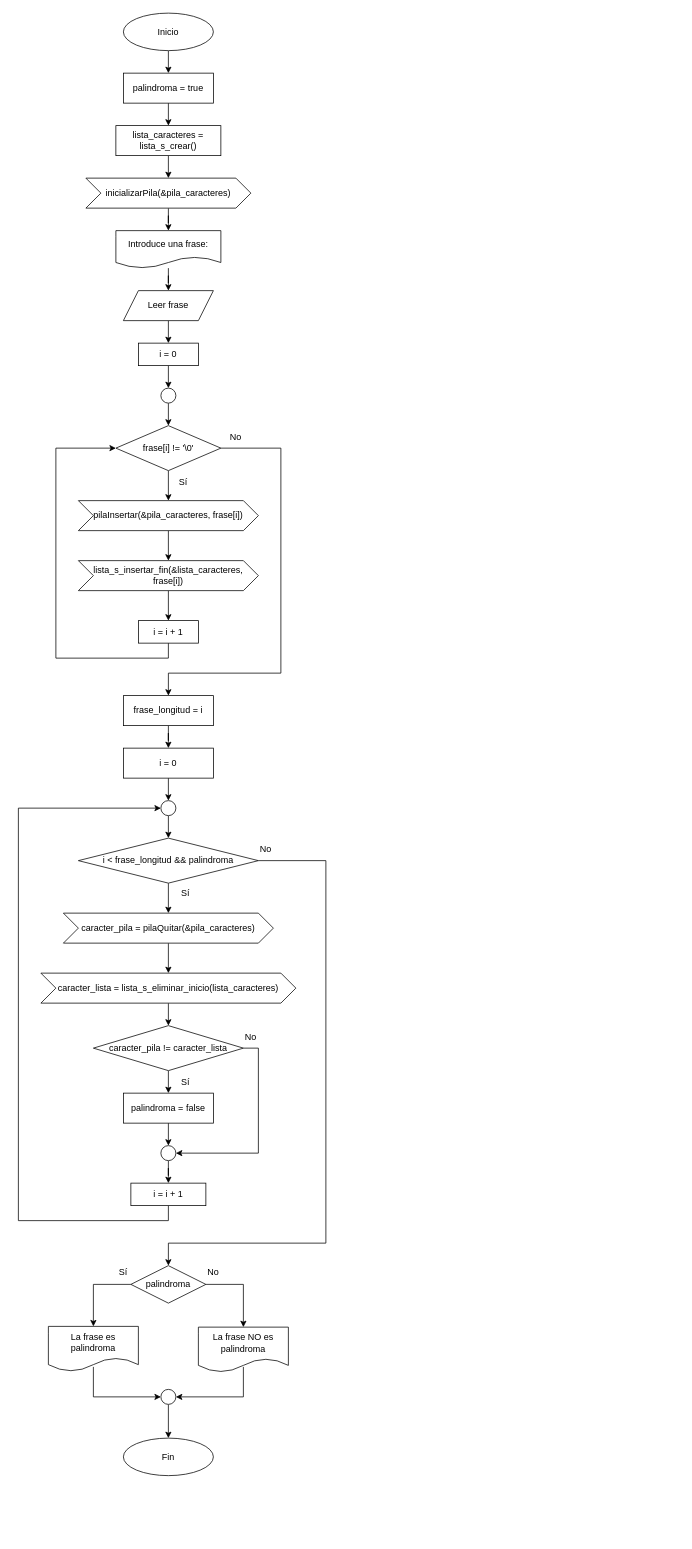
AADavilaGonzalez/tareas_ED keeps this draw.io diagram as fase1/actividad1/ej2/eje2.drawio. Above is the earlier version. Source tidied: cells renumbered, new cells numbered last; positions are measured from the earlier drawing's top-left corner, leaving out a move shared by most shapes. Both pictures are drawn from the tidied source at 75%, with x=0, y=0 at pixel (18, 13).
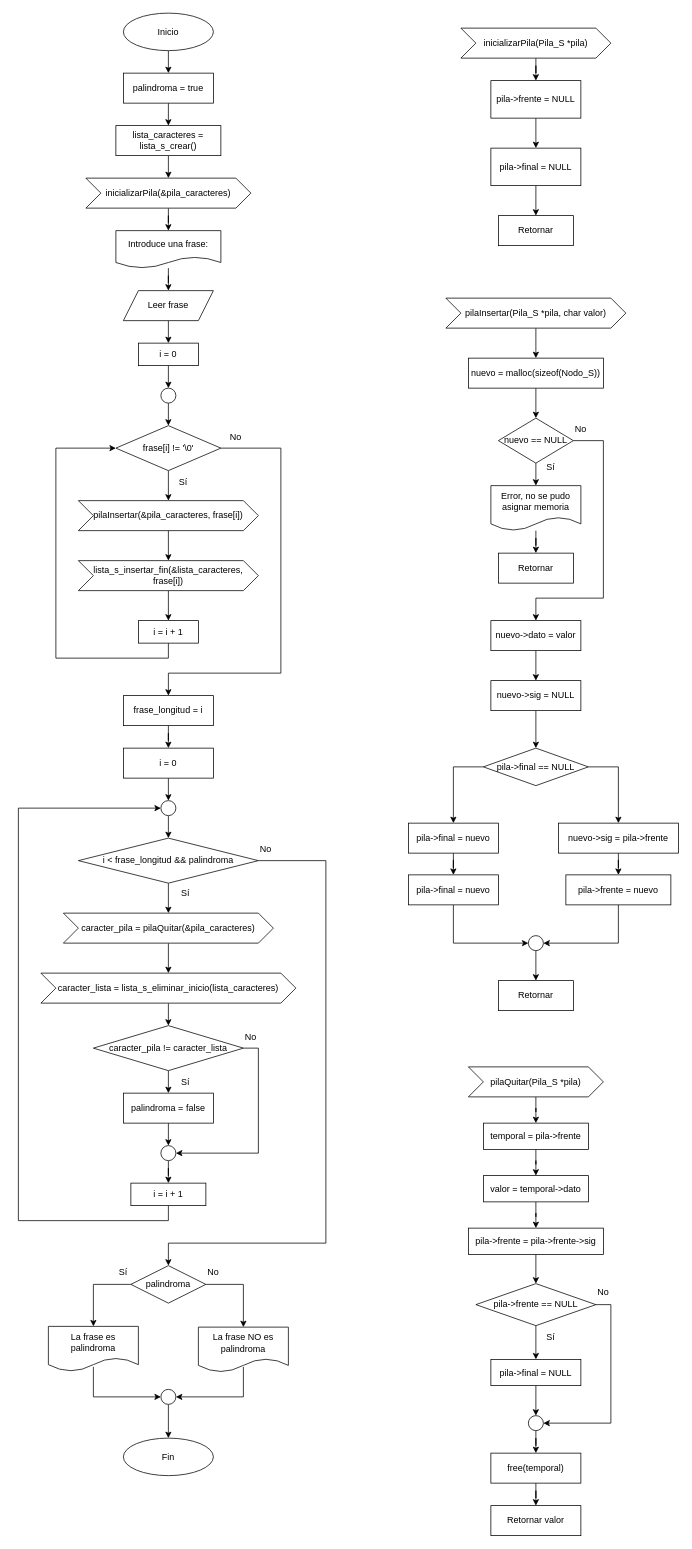
Above is the later version.

Commit message (it also covers changes not shown here):
Diagramas de las funciones de cola

Diff of the diagram source:
```diff
@@
+    <mxCell id="67" style="edgeStyle=orthogonalEdgeStyle;rounded=0;jettySize=auto;html=1;" parent="1" edge="1" source="68" target="70">
+      <mxGeometry relative="1" as="geometry" />
+    </mxCell>
+    <mxCell id="68" value="inicializarPila(Pila_S *pila)" style="shape=step;perimeter=stepPerimeter;whiteSpace=wrap;html=1;fixedSize=1;" parent="1" vertex="1">
+      <mxGeometry x="590" y="20" width="200" height="40" as="geometry" />
+    </mxCell>
+    <mxCell id="69" style="edgeStyle=orthogonalEdgeStyle;rounded=0;jettySize=auto;html=1;" parent="1" edge="1" source="70" target="72">
+      <mxGeometry relative="1" as="geometry" />
+    </mxCell>
+    <mxCell id="70" value="pila-&amp;gt;frente = NULL" style="whiteSpace=wrap;html=1;" parent="1" vertex="1">
+      <mxGeometry x="630" y="90" width="120" height="50" as="geometry" />
+    </mxCell>
+    <mxCell id="71" style="edgeStyle=orthogonalEdgeStyle;rounded=0;jettySize=auto;html=1;" parent="1" edge="1" source="72" target="73">
+      <mxGeometry relative="1" as="geometry" />
+    </mxCell>
+    <mxCell id="72" value="pila-&amp;gt;final = NULL" style="whiteSpace=wrap;html=1;" parent="1" vertex="1">
+      <mxGeometry x="630" y="180" width="120" height="50" as="geometry" />
+    </mxCell>
+    <mxCell id="73" value="Retornar" style="whiteSpace=wrap;html=1;" parent="1" vertex="1">
+      <mxGeometry x="640" y="270" width="100" height="40" as="geometry" />
+    </mxCell>
+    <mxCell id="74" style="edgeStyle=orthogonalEdgeStyle;rounded=0;jettySize=auto;html=1;" parent="1" edge="1" source="75" target="77">
+      <mxGeometry relative="1" as="geometry" />
+    </mxCell>
+    <mxCell id="75" value="pilaInsertar(Pila_S *pila, char valor)" style="shape=step;perimeter=stepPerimeter;whiteSpace=wrap;html=1;fixedSize=1;" parent="1" vertex="1">
+      <mxGeometry x="570" y="380" width="240" height="40" as="geometry" />
+    </mxCell>
+    <mxCell id="76" style="edgeStyle=orthogonalEdgeStyle;rounded=0;jettySize=auto;html=1;exitX=0.5;exitY=1;exitDx=0;exitDy=0;entryX=0.5;entryY=0;entryDx=0;entryDy=0;" parent="1" edge="1" source="77" target="80">
+      <mxGeometry relative="1" as="geometry" />
+    </mxCell>
+    <mxCell id="77" value="nuevo = malloc(sizeof(Nodo_S))" style="whiteSpace=wrap;html=1;" parent="1" vertex="1">
+      <mxGeometry x="600" y="460" width="180" height="40" as="geometry" />
+    </mxCell>
+    <mxCell id="78" style="edgeStyle=orthogonalEdgeStyle;rounded=0;jettySize=auto;html=1;exitX=0.5;exitY=1;exitDx=0;exitDy=0;entryX=0.5;entryY=0;entryDx=0;entryDy=0;" parent="1" edge="1" source="80" target="82">
+      <mxGeometry relative="1" as="geometry" />
+    </mxCell>
+    <mxCell id="79" style="edgeStyle=orthogonalEdgeStyle;rounded=0;jettySize=auto;html=1;exitX=1;exitY=0.5;exitDx=0;exitDy=0;entryX=0.5;entryY=0;entryDx=0;entryDy=0;" parent="1" edge="1" source="80" target="86">
+      <mxGeometry relative="1" as="geometry">
+        <Array as="points">
+          <mxPoint x="780" y="570" />
+          <mxPoint x="780" y="780" />
+          <mxPoint x="690" y="780" />
+        </Array>
+      </mxGeometry>
+    </mxCell>
+    <mxCell id="80" value="nuevo == NULL" style="rhombus;whiteSpace=wrap;html=1;" parent="1" vertex="1">
+      <mxGeometry x="640" y="540" width="100" height="60" as="geometry" />
+    </mxCell>
+    <mxCell id="81" style="edgeStyle=orthogonalEdgeStyle;rounded=0;jettySize=auto;html=1;" parent="1" edge="1" source="82" target="83">
+      <mxGeometry relative="1" as="geometry" />
+    </mxCell>
+    <mxCell id="82" value="Error, no se pudo asignar memoria" style="shape=document;whiteSpace=wrap;html=1;boundedLbl=1;" parent="1" vertex="1">
+      <mxGeometry x="630" y="630" width="120" height="60" as="geometry" />
+    </mxCell>
+    <mxCell id="83" value="Retornar" style="whiteSpace=wrap;html=1;" parent="1" vertex="1">
+      <mxGeometry x="640" y="720" width="100" height="40" as="geometry" />
+    </mxCell>
+    <mxCell id="84" value="Sí" style="text;html=1;align=center;verticalAlign=middle;whiteSpace=wrap;rounded=0;" parent="1" vertex="1">
+      <mxGeometry x="680" y="590" width="60" height="30" as="geometry" />
+    </mxCell>
+    <mxCell id="85" style="edgeStyle=orthogonalEdgeStyle;rounded=0;jettySize=auto;html=1;" parent="1" edge="1" source="86" target="89">
+      <mxGeometry relative="1" as="geometry" />
+    </mxCell>
+    <mxCell id="86" value="nuevo-&amp;gt;dato = valor" style="rounded=0;whiteSpace=wrap;html=1;" parent="1" vertex="1">
+      <mxGeometry x="630" y="810" width="120" height="40" as="geometry" />
+    </mxCell>
+    <mxCell id="87" value="No" style="text;html=1;align=center;verticalAlign=middle;whiteSpace=wrap;rounded=0;" parent="1" vertex="1">
+      <mxGeometry x="720" y="540" width="60" height="30" as="geometry" />
+    </mxCell>
+    <mxCell id="88" style="edgeStyle=orthogonalEdgeStyle;rounded=0;jettySize=auto;html=1;exitX=0.5;exitY=1;exitDx=0;exitDy=0;entryX=0.5;entryY=0;entryDx=0;entryDy=0;" parent="1" edge="1" source="89" target="92">
+      <mxGeometry relative="1" as="geometry" />
+    </mxCell>
+    <mxCell id="89" value="nuevo-&amp;gt;sig = NULL" style="rounded=0;whiteSpace=wrap;html=1;" parent="1" vertex="1">
+      <mxGeometry x="630" y="890" width="120" height="40" as="geometry" />
+    </mxCell>
+    <mxCell id="90" style="edgeStyle=orthogonalEdgeStyle;rounded=0;jettySize=auto;html=1;exitX=0;exitY=0.5;exitDx=0;exitDy=0;entryX=0.5;entryY=0;entryDx=0;entryDy=0;" parent="1" edge="1" source="92" target="94">
+      <mxGeometry relative="1" as="geometry" />
+    </mxCell>
+    <mxCell id="91" style="edgeStyle=orthogonalEdgeStyle;rounded=0;jettySize=auto;html=1;exitX=1;exitY=0.5;exitDx=0;exitDy=0;entryX=0.5;entryY=0;entryDx=0;entryDy=0;" parent="1" edge="1" source="92" target="96">
+      <mxGeometry relative="1" as="geometry" />
+    </mxCell>
+    <mxCell id="92" value="pila-&amp;gt;final == NULL" style="rhombus;whiteSpace=wrap;html=1;" parent="1" vertex="1">
+      <mxGeometry x="620" y="980" width="140" height="50" as="geometry" />
+    </mxCell>
+    <mxCell id="93" style="edgeStyle=orthogonalEdgeStyle;rounded=0;jettySize=auto;html=1;" parent="1" edge="1" source="94" target="98">
+      <mxGeometry relative="1" as="geometry" />
+    </mxCell>
+    <mxCell id="94" value="pila-&amp;gt;final = nuevo" style="rounded=0;whiteSpace=wrap;html=1;" parent="1" vertex="1">
+      <mxGeometry x="520" y="1080" width="120" height="40" as="geometry" />
+    </mxCell>
+    <mxCell id="95" style="edgeStyle=orthogonalEdgeStyle;rounded=0;jettySize=auto;html=1;" parent="1" edge="1" source="96" target="100">
+      <mxGeometry relative="1" as="geometry" />
+    </mxCell>
+    <mxCell id="96" value="nuevo-&amp;gt;sig = pila-&amp;gt;frente" style="rounded=0;whiteSpace=wrap;html=1;" parent="1" vertex="1">
+      <mxGeometry x="720" y="1080" width="160" height="40" as="geometry" />
+    </mxCell>
+    <mxCell id="97" style="edgeStyle=orthogonalEdgeStyle;rounded=0;jettySize=auto;html=1;exitX=0.5;exitY=1;exitDx=0;exitDy=0;entryX=0;entryY=0.5;entryDx=0;entryDy=0;" parent="1" edge="1" source="98" target="102">
+      <mxGeometry relative="1" as="geometry" />
+    </mxCell>
+    <mxCell id="98" value="pila-&amp;gt;final = nuevo" style="rounded=0;whiteSpace=wrap;html=1;" parent="1" vertex="1">
+      <mxGeometry x="520" y="1149" width="120" height="40" as="geometry" />
+    </mxCell>
+    <mxCell id="99" style="edgeStyle=orthogonalEdgeStyle;rounded=0;jettySize=auto;html=1;exitX=0.5;exitY=1;exitDx=0;exitDy=0;entryX=1;entryY=0.5;entryDx=0;entryDy=0;" parent="1" edge="1" source="100" target="102">
+      <mxGeometry relative="1" as="geometry" />
+    </mxCell>
+    <mxCell id="100" value="pila-&amp;gt;frente = nuevo" style="rounded=0;whiteSpace=wrap;html=1;" parent="1" vertex="1">
+      <mxGeometry x="730" y="1149" width="140" height="40" as="geometry" />
+    </mxCell>
+    <mxCell id="101" style="edgeStyle=orthogonalEdgeStyle;rounded=0;jettySize=auto;html=1;" parent="1" edge="1" source="102" target="103">
+      <mxGeometry relative="1" as="geometry" />
+    </mxCell>
+    <mxCell id="102" style="ellipse;whiteSpace=wrap;html=1;" parent="1" vertex="1">
+      <mxGeometry x="680" y="1230" width="20" height="20" as="geometry" />
+    </mxCell>
+    <mxCell id="103" value="Retornar" style="whiteSpace=wrap;html=1;" parent="1" vertex="1">
+      <mxGeometry x="640" y="1290" width="100" height="40" as="geometry" />
+    </mxCell>
+    <mxCell id="104" style="edgeStyle=orthogonalEdgeStyle;rounded=0;jettySize=auto;html=1;" parent="1" edge="1" source="105" target="107">
+      <mxGeometry relative="1" as="geometry" />
+    </mxCell>
+    <mxCell id="105" value="pilaQuitar(Pila_S *pila)" style="shape=step;perimeter=stepPerimeter;whiteSpace=wrap;html=1;fixedSize=1;" parent="1" vertex="1">
+      <mxGeometry x="600" y="1405" width="180" height="40" as="geometry" />
+    </mxCell>
+    <mxCell id="106" style="edgeStyle=orthogonalEdgeStyle;rounded=0;jettySize=auto;html=1;" parent="1" edge="1" source="107" target="109">
+      <mxGeometry relative="1" as="geometry" />
+    </mxCell>
+    <mxCell id="107" value="temporal = pila-&amp;gt;frente" style="whiteSpace=wrap;html=1;" parent="1" vertex="1">
+      <mxGeometry x="620" y="1480" width="140" height="35" as="geometry" />
+    </mxCell>
+    <mxCell id="108" style="edgeStyle=orthogonalEdgeStyle;rounded=0;jettySize=auto;html=1;" parent="1" edge="1" source="109" target="111">
+      <mxGeometry relative="1" as="geometry" />
+    </mxCell>
+    <mxCell id="109" value="valor = temporal-&amp;gt;dato" style="whiteSpace=wrap;html=1;" parent="1" vertex="1">
+      <mxGeometry x="620" y="1550" width="140" height="35" as="geometry" />
+    </mxCell>
+    <mxCell id="110" style="edgeStyle=orthogonalEdgeStyle;rounded=0;jettySize=auto;html=1;exitX=0.5;exitY=1;exitDx=0;exitDy=0;entryX=0.5;entryY=0;entryDx=0;entryDy=0;" parent="1" edge="1" source="111" target="114">
+      <mxGeometry relative="1" as="geometry" />
+    </mxCell>
+    <mxCell id="111" value="pila-&amp;gt;frente = pila-&amp;gt;frente-&amp;gt;sig" style="whiteSpace=wrap;html=1;" parent="1" vertex="1">
+      <mxGeometry x="600" y="1620" width="180" height="35" as="geometry" />
+    </mxCell>
+    <mxCell id="112" style="edgeStyle=orthogonalEdgeStyle;rounded=0;jettySize=auto;html=1;" parent="1" edge="1" source="114" target="116">
+      <mxGeometry relative="1" as="geometry" />
+    </mxCell>
+    <mxCell id="113" style="edgeStyle=orthogonalEdgeStyle;rounded=0;jettySize=auto;html=1;exitX=1;exitY=0.5;exitDx=0;exitDy=0;entryX=1;entryY=0.5;entryDx=0;entryDy=0;" parent="1" edge="1" source="114" target="119">
+      <mxGeometry relative="1" as="geometry" />
+    </mxCell>
+    <mxCell id="114" value="pila-&amp;gt;frente == NULL" style="rhombus;whiteSpace=wrap;html=1;" parent="1" vertex="1">
+      <mxGeometry x="610" y="1694" width="160" height="56" as="geometry" />
+    </mxCell>
+    <mxCell id="115" style="edgeStyle=orthogonalEdgeStyle;rounded=0;jettySize=auto;html=1;exitX=0.5;exitY=1;exitDx=0;exitDy=0;entryX=0.5;entryY=0;entryDx=0;entryDy=0;" parent="1" edge="1" source="116" target="119">
+      <mxGeometry relative="1" as="geometry" />
+    </mxCell>
+    <mxCell id="116" value="pila-&amp;gt;final = NULL" style="whiteSpace=wrap;html=1;" parent="1" vertex="1">
+      <mxGeometry x="630" y="1795" width="120" height="35" as="geometry" />
+    </mxCell>
+    <mxCell id="117" value="Sí" style="text;html=1;align=center;verticalAlign=middle;whiteSpace=wrap;rounded=0;" parent="1" vertex="1">
+      <mxGeometry x="680" y="1750" width="60" height="30" as="geometry" />
+    </mxCell>
+    <mxCell id="118" style="edgeStyle=orthogonalEdgeStyle;rounded=0;jettySize=auto;html=1;" parent="1" edge="1" source="119" target="122">
+      <mxGeometry relative="1" as="geometry" />
+    </mxCell>
+    <mxCell id="119" style="ellipse;whiteSpace=wrap;html=1;" parent="1" vertex="1">
+      <mxGeometry x="680" y="1870" width="20" height="20" as="geometry" />
+    </mxCell>
+    <mxCell id="120" value="No" style="text;html=1;align=center;verticalAlign=middle;whiteSpace=wrap;rounded=0;" parent="1" vertex="1">
+      <mxGeometry x="750" y="1690" width="60" height="30" as="geometry" />
+    </mxCell>
+    <mxCell id="121" style="edgeStyle=orthogonalEdgeStyle;rounded=0;jettySize=auto;html=1;" parent="1" edge="1" source="122" target="123">
+      <mxGeometry relative="1" as="geometry" />
+    </mxCell>
+    <mxCell id="122" value="free(temporal)" style="whiteSpace=wrap;html=1;" parent="1" vertex="1">
+      <mxGeometry x="630" y="1920" width="120" height="40" as="geometry" />
+    </mxCell>
+    <mxCell id="123" value="Retornar valor" style="whiteSpace=wrap;html=1;" parent="1" vertex="1">
+      <mxGeometry x="630" y="1990" width="120" height="40" as="geometry" />
+    </mxCell>
```
